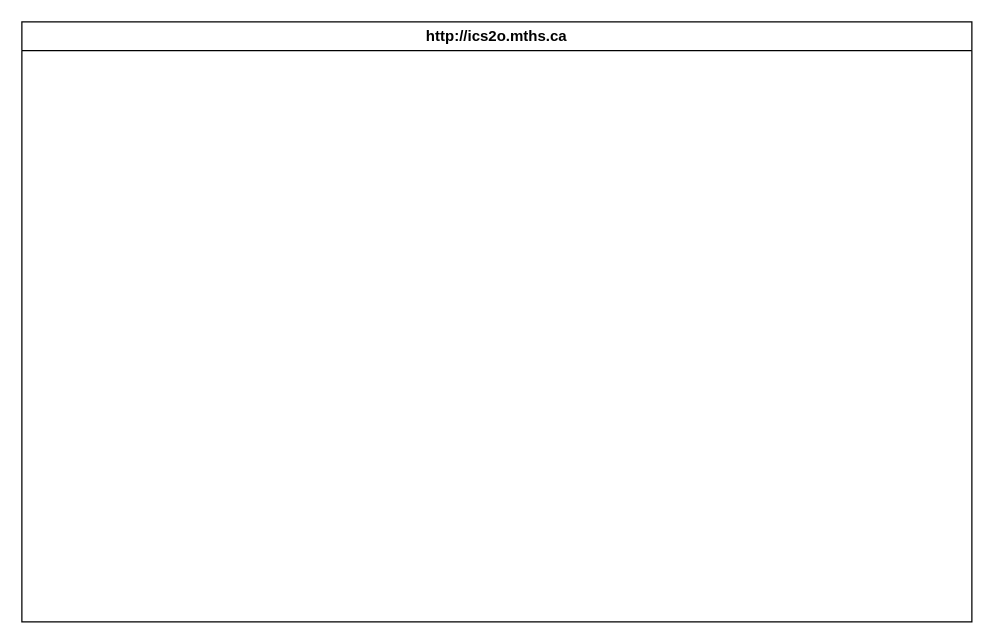
Before: design/storyboard.drawio in MTHS-ICS2O-2-2022/ICS2O-Unit-5-03-timbradyy, a draw.io diagram. Source tidied: cells renumbered, new cells numbered last; positions are measured from the earlier drawing's top-left corner, leaving out a move shared by most shapes. Both pictures are drawn from the tidied source at 125%, with x=0, y=0 at pixel (21, 21).
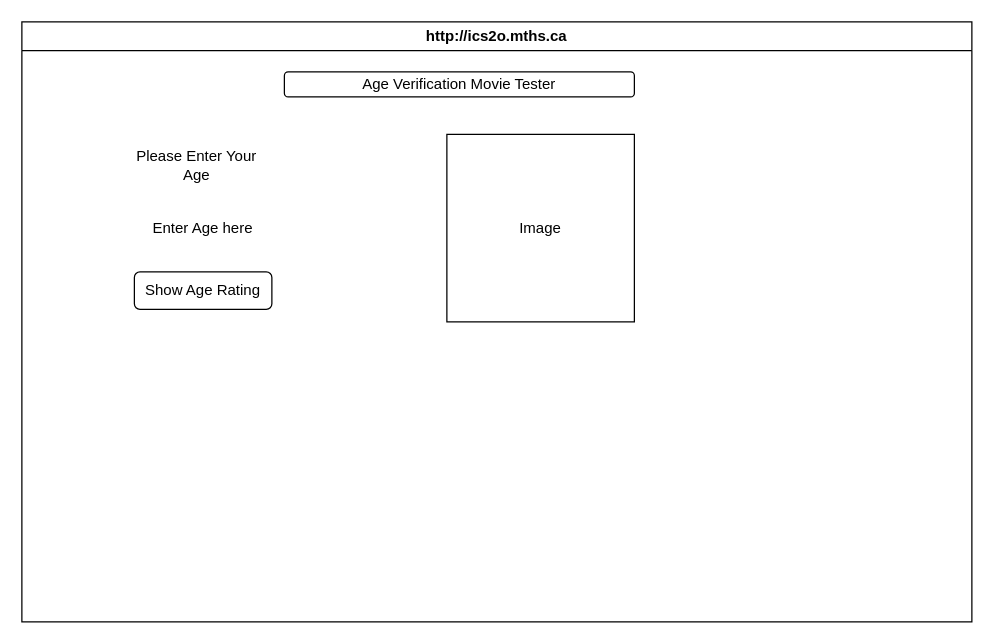
The same page after the edit.

The edit, as a diff of the source:
```diff
@@
 <mxGraphModel>
   <root>
     <mxCell id="0" />
     <mxCell id="1" parent="0" />
     <mxCell id="2" value="http://ics2o.mths.ca" style="swimlane;whiteSpace=wrap;html=1;" parent="1" vertex="1">
       <mxGeometry width="760" height="480" as="geometry" />
     </mxCell>
+    <mxCell id="3" value="Show Age Rating" style="rounded=1;whiteSpace=wrap;html=1;" parent="2" vertex="1">
+      <mxGeometry x="90" y="200" width="110" height="30" as="geometry" />
+    </mxCell>
+    <mxCell id="4" value="Please Enter Your Age" style="text;html=1;strokeColor=none;fillColor=none;align=center;verticalAlign=middle;whiteSpace=wrap;rounded=0;" parent="2" vertex="1">
+      <mxGeometry x="90" y="100" width="100" height="30" as="geometry" />
+    </mxCell>
+    <mxCell id="5" value="Enter Age here" style="text;html=1;strokeColor=none;fillColor=none;align=center;verticalAlign=middle;whiteSpace=wrap;rounded=0;" parent="2" vertex="1">
+      <mxGeometry x="95" y="150" width="100" height="30" as="geometry" />
+    </mxCell>
+    <mxCell id="6" value="Age Verification Movie Tester" style="rounded=1;whiteSpace=wrap;html=1;" parent="2" vertex="1">
+      <mxGeometry x="210" y="40" width="280" height="20" as="geometry" />
+    </mxCell>
+    <mxCell id="7" value="Image" style="whiteSpace=wrap;html=1;" parent="2" vertex="1">
+      <mxGeometry x="340" y="90" width="150" height="150" as="geometry" />
+    </mxCell>
   </root>
 </mxGraphModel>
```
